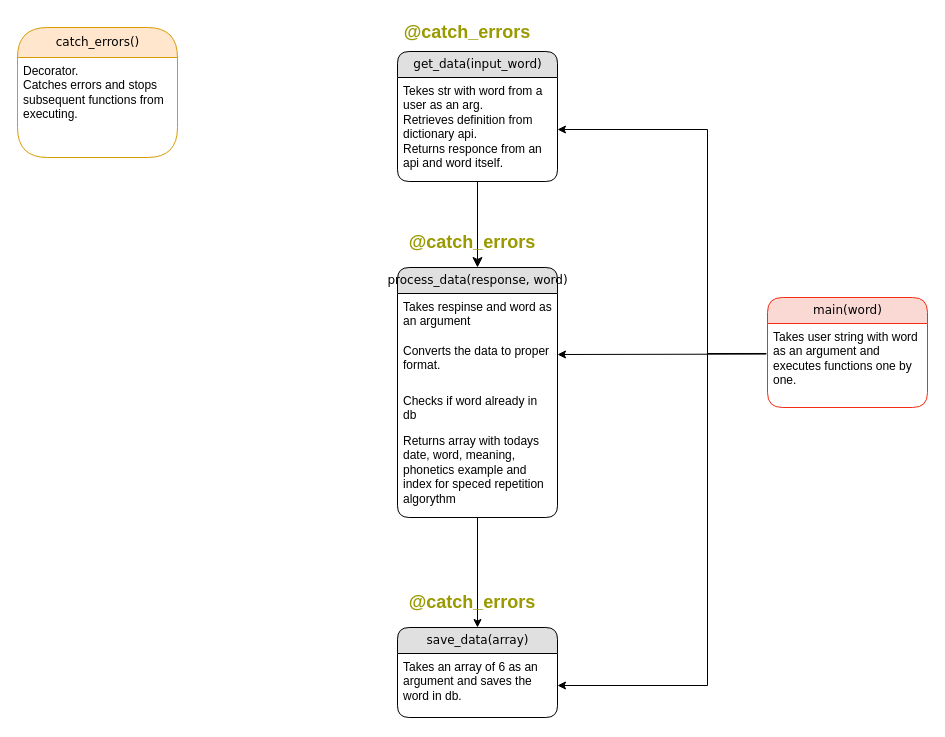
noginpavlo/julia keeps this draw.io diagram as design/julia_card_manager_structure.drawio. Above is the earlier version. Source tidied: cells renumbered, new cells numbered last; positions are measured from the earlier drawing's top-left corner, leaving out a move shared by most shapes. Both pictures are drawn from the tidied source at 100%, with x=0, y=0 at pixel (17, 17).
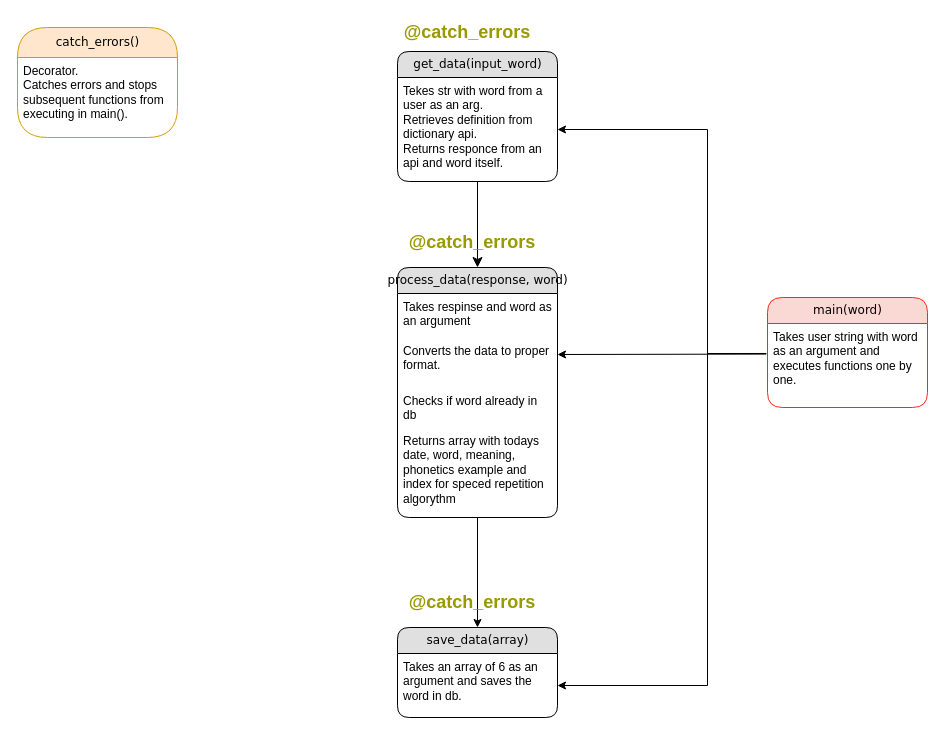
After the change.

Commit message (it also covers changes not shown here):
Updated card_manager drawio file

The edit, as a diff of the source:
```diff
@@
     <mxCell id="18" value="catch_errors()" style="swimlane;html=1;fontStyle=0;horizontal=1;startSize=30;swimlaneFillColor=#ffffff;align=center;rounded=1;shadow=0;comic=0;labelBackgroundColor=none;strokeWidth=1;fontFamily=Verdana;fontSize=12;arcSize=50;fillColor=#ffe6cc;strokeColor=#d79b00;" parent="1" vertex="1">
-      <mxGeometry y="10" width="160" height="130" as="geometry" />
+      <mxGeometry y="10" width="160" height="110" as="geometry" />
     </mxCell>
-    <mxCell id="19" value="Decorator.&lt;br&gt;Catches errors and stops subsequent functions from executing." style="text;html=1;spacingLeft=4;spacingRight=4;whiteSpace=wrap;overflow=hidden;" parent="18" vertex="1">
+    <mxCell id="19" value="Decorator.&lt;br&gt;Catches errors and stops subsequent functions from executing in main()." style="text;html=1;spacingLeft=4;spacingRight=4;whiteSpace=wrap;overflow=hidden;" parent="18" vertex="1">
       <mxGeometry y="30" width="160" height="70" as="geometry" />
     </mxCell>
```
